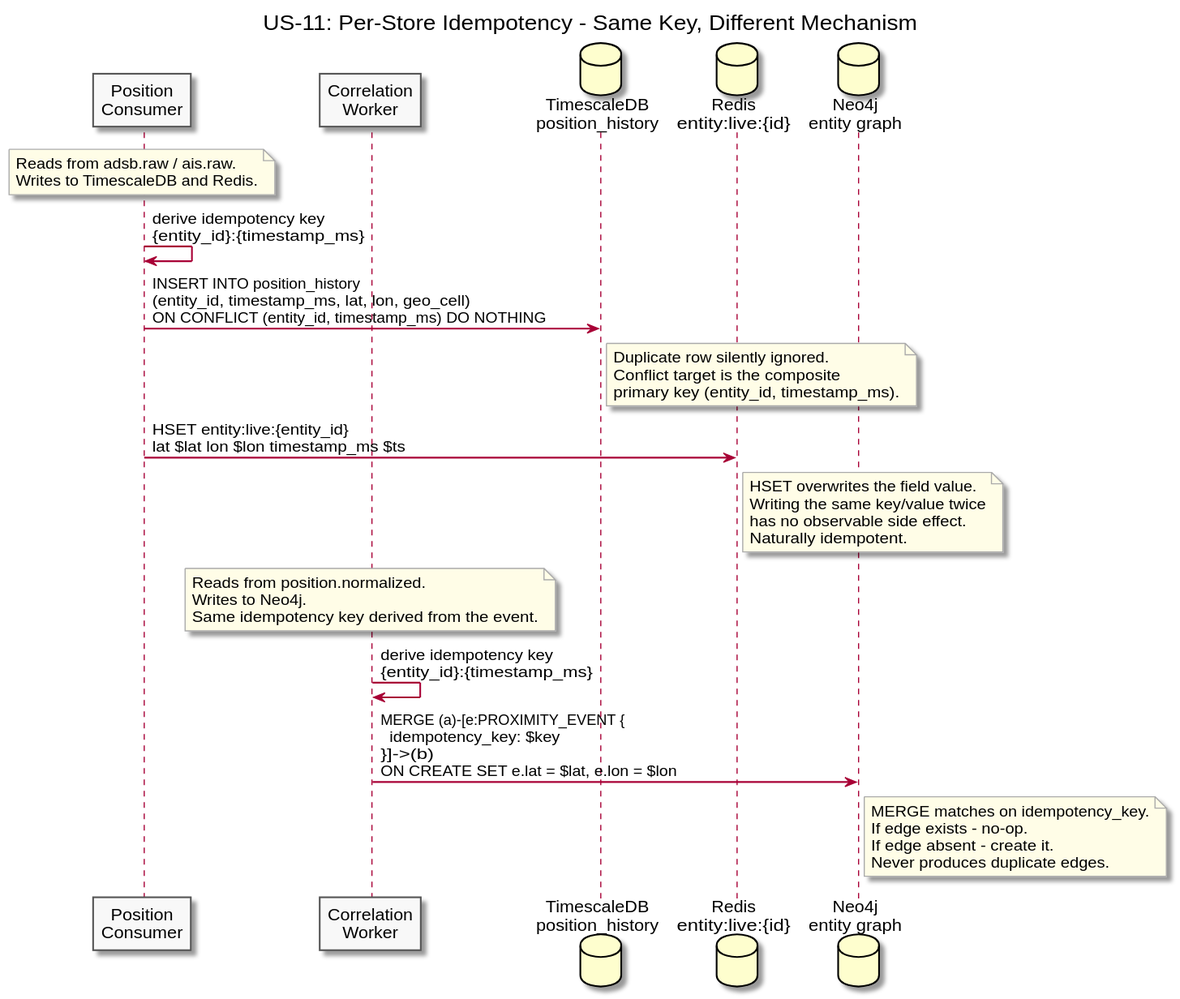
Before: diagrams/docs/use-cases/US-11-idempotent-writes/per-store-idempotency.svg, a diagram exported from PlantUML (Buffden/sentinel).
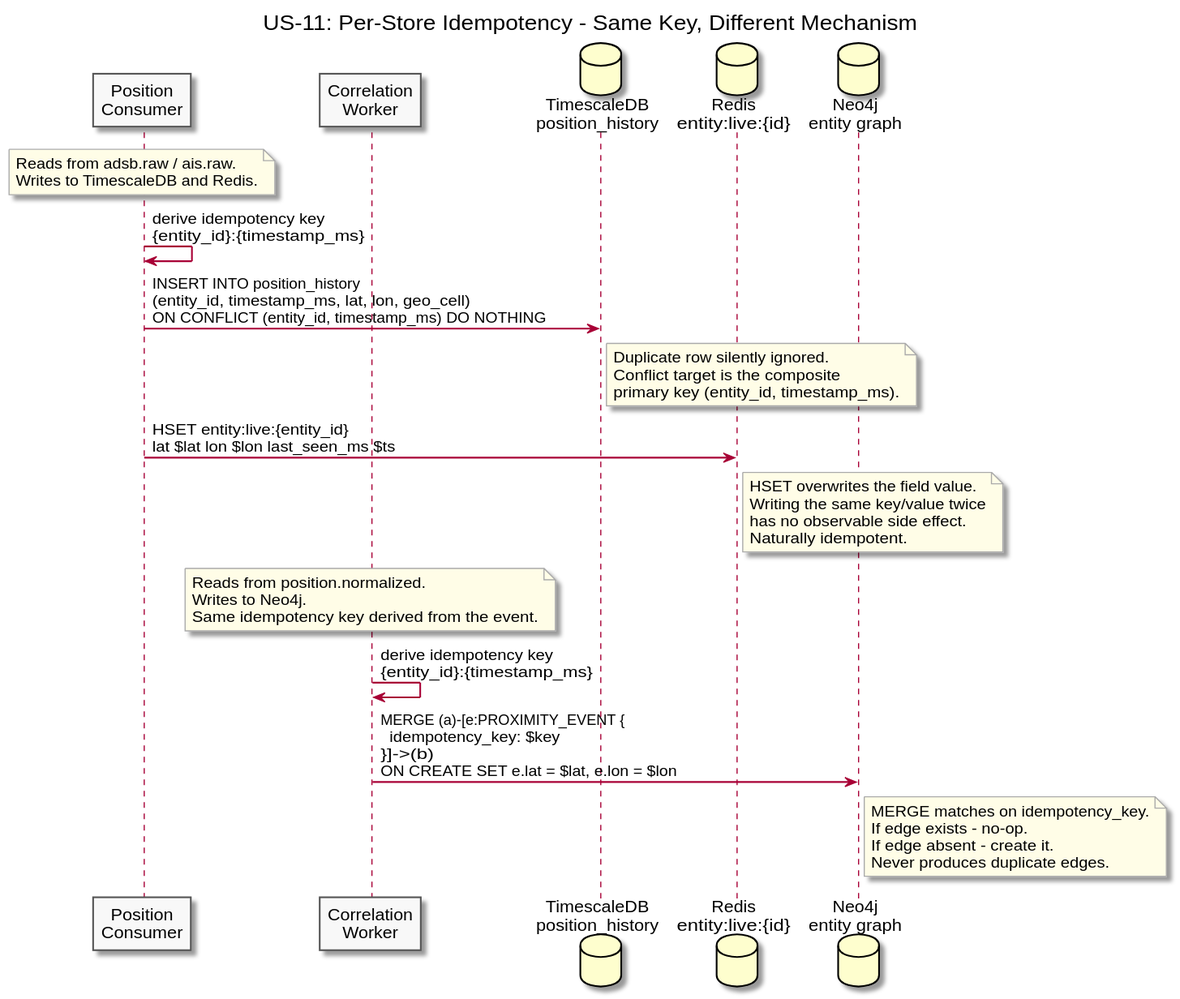
After the commit.

What changed in the source:
```diff
@@ -28,7 +28,7 @@
   primary key (entity_id, timestamp_ms).
 end note
 
-PosConsumer -> Redis : HSET entity:live:{entity_id}\nlat $lat lon $lon timestamp_ms $ts
+PosConsumer -> Redis : HSET entity:live:{entity_id}\nlat $lat lon $lon last_seen_ms $ts
 
 note right of Redis
   HSET overwrites the field value.
```
